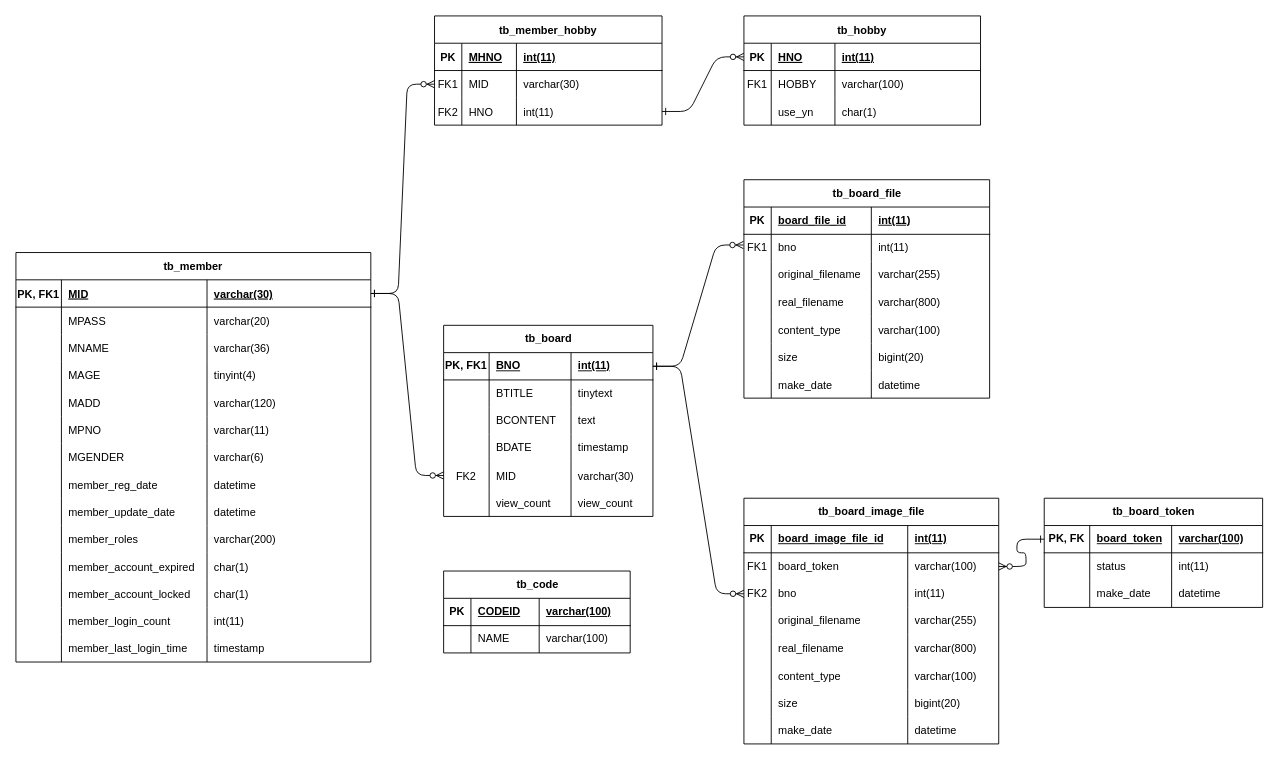
hrjung99/miniProj02 keeps this draw.io diagram as miniProj02/src/main/webapp/WEB-INF/docs/ERD.drawio. Above is the earlier version. Source tidied: cells renumbered, new cells numbered last; positions are measured from the earlier drawing's top-left corner, leaving out a move shared by most shapes. Both pictures are drawn from the tidied source at 91%, with x=0, y=0 at pixel (15, 15).
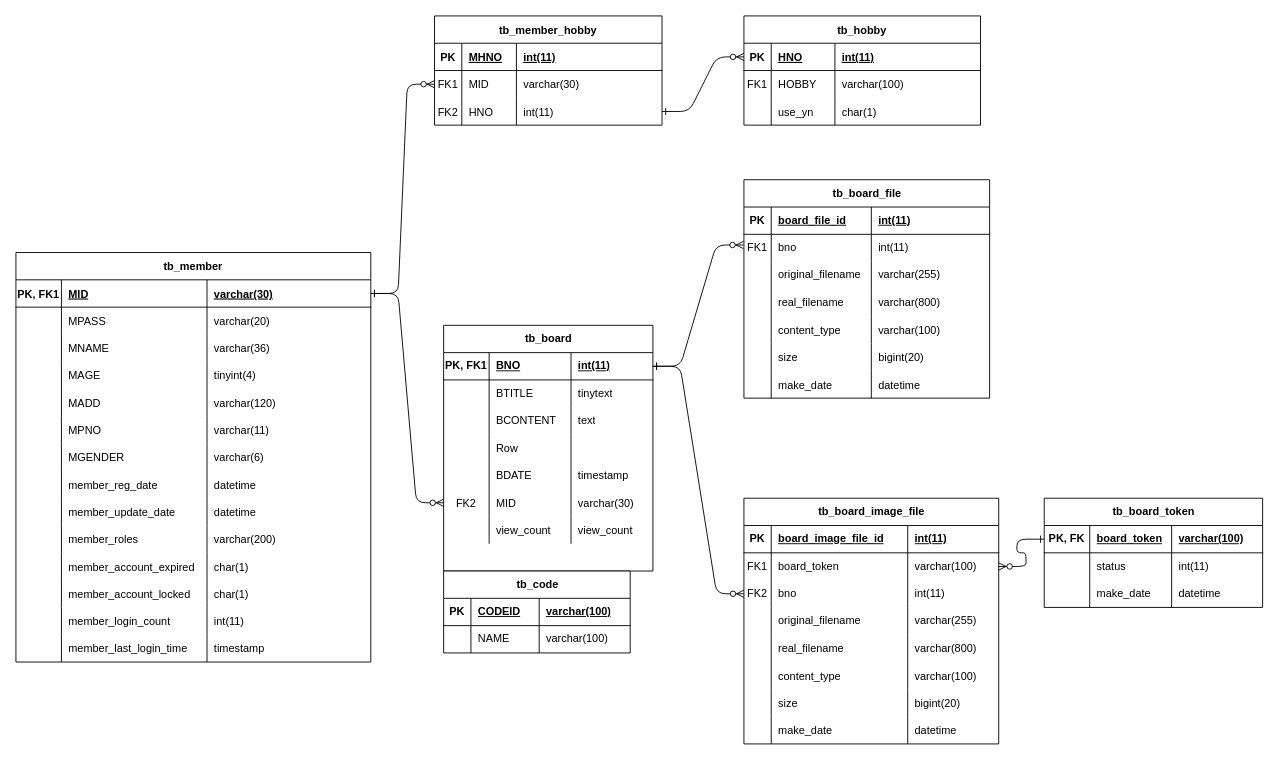
Above is the later version.

The edit, as a diff of the source:
```diff
@@
     <mxCell id="87" value="tb_board" style="shape=table;startSize=30;childLayout=tableLayout;rowLines=0;fontStyle=1;align=center;html=1;" parent="1" vertex="1">
-      <mxGeometry x="470" y="340" width="230" height="210" as="geometry" />
+      <mxGeometry x="470" y="340" width="230" height="270" as="geometry" />
     </mxCell>
@@
+    <mxCell id="200" style="shape=tableRow;horizontal=0;startSize=0;swimlaneHead=0;swimlaneBody=0;fillColor=none;top=0;left=0;right=0;bottom=0;" parent="87" vertex="1">
+      <mxGeometry y="120" width="230" height="30" as="geometry" />
+    </mxCell>
+    <mxCell id="201" style="shape=partialRectangle;fillColor=none;top=0;left=0;bottom=0;right=0;overflow=hidden;" parent="200" vertex="1">
+      <mxGeometry width="50" height="30" as="geometry" />
+    </mxCell>
+    <mxCell id="202" value="Row" style="shape=partialRectangle;fillColor=none;top=0;left=0;bottom=0;right=0;align=left;spacingLeft=6;overflow=hidden;" parent="200" vertex="1">
+      <mxGeometry x="50" width="90" height="30" as="geometry" />
+    </mxCell>
+    <mxCell id="203" style="shape=partialRectangle;fillColor=none;top=0;left=0;bottom=0;right=0;align=left;spacingLeft=6;overflow=hidden;" parent="200" vertex="1">
+      <mxGeometry x="140" width="90" height="30" as="geometry" />
+    </mxCell>
     <mxCell id="100" style="shape=tableRow;horizontal=0;startSize=0;swimlaneHead=0;swimlaneBody=0;fillColor=none;top=0;left=0;right=0;bottom=0;" parent="87" vertex="1">
-      <mxGeometry y="120" width="230" height="30" as="geometry" />
+      <mxGeometry y="150" width="230" height="30" as="geometry" />
     </mxCell>
@@
     <mxCell id="104" style="shape=tableRow;horizontal=0;startSize=0;swimlaneHead=0;swimlaneBody=0;fillColor=none;points=[[0,0.5],[1,0.5]];portConstraint=eastwest;top=0;left=0;right=0;bottom=0;" parent="87" vertex="1">
-      <mxGeometry y="150" width="230" height="30" as="geometry" />
+      <mxGeometry y="180" width="230" height="30" as="geometry" />
     </mxCell>
@@
     <mxCell id="108" style="shape=tableRow;horizontal=0;startSize=0;swimlaneHead=0;swimlaneBody=0;fillColor=none;top=0;left=0;right=0;bottom=0;" parent="87" vertex="1">
-      <mxGeometry y="180" width="230" height="30" as="geometry" />
+      <mxGeometry y="210" width="230" height="30" as="geometry" />
     </mxCell>
```
